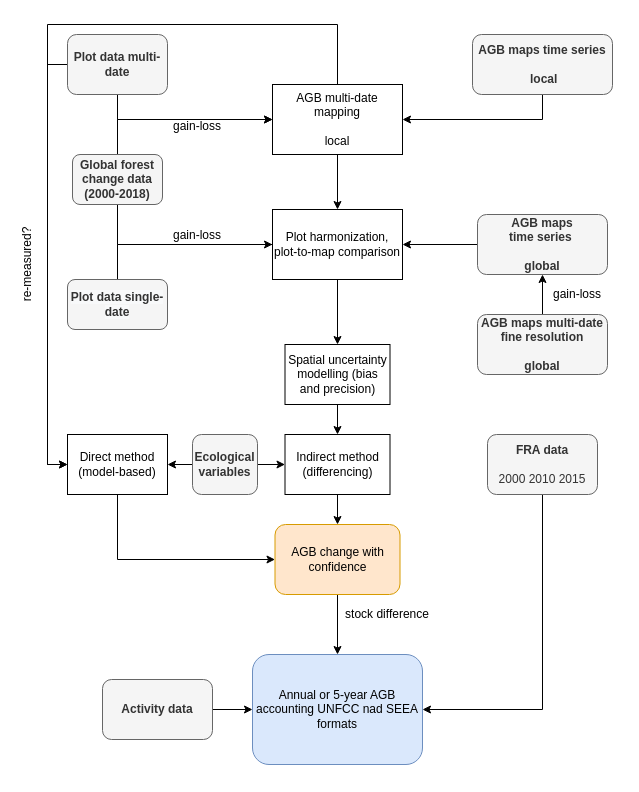
Before: AGBC_simple.drawio in arnanaraza/diagrams, a draw.io diagram. Source tidied: cells renumbered, new cells numbered last; positions are measured from the earlier drawing's top-left corner, leaving out a move shared by most shapes. Both pictures are drawn from the tidied source at 100%, with x=0, y=0 at pixel (-18, 24).
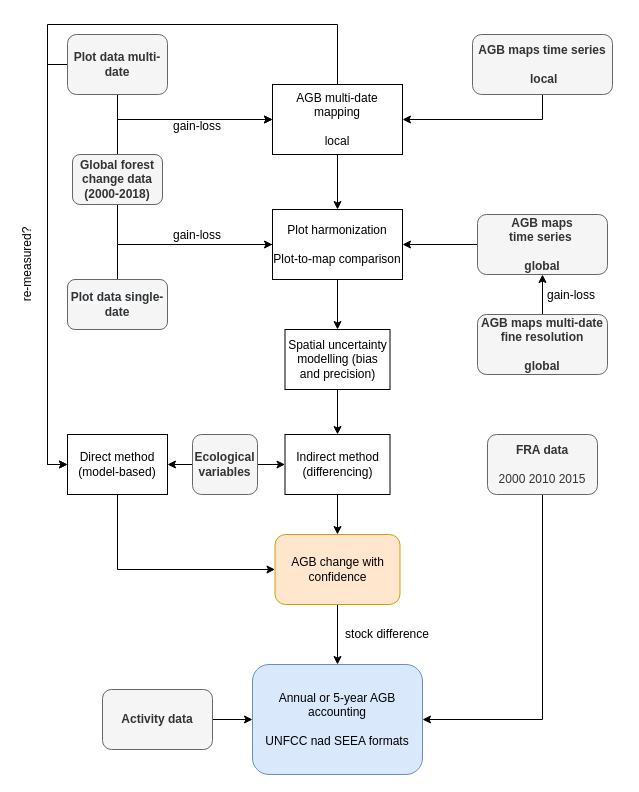
Above is the later version.

What changed in the source:
```diff
@@
-    <mxCell id="11" value="Annual or 5-year AGB accounting UNFCC nad SEEA formats" style="rounded=1;whiteSpace=wrap;html=1;fillColor=#dae8fc;strokeColor=#6c8ebf;" parent="1" vertex="1">
-      <mxGeometry x="270" y="630" width="170" height="110" as="geometry" />
+    <mxCell id="11" value="Annual or 5-year AGB accounting &lt;br&gt;&lt;br&gt;UNFCC nad SEEA formats" style="rounded=1;whiteSpace=wrap;html=1;fillColor=#dae8fc;strokeColor=#6c8ebf;" parent="1" vertex="1">
+      <mxGeometry x="270" y="640" width="170" height="110" as="geometry" />
     </mxCell>
@@
     <mxCell id="16" value="AGB change with confidence" style="rounded=1;whiteSpace=wrap;html=1;fillColor=#ffe6cc;strokeColor=#d79b00;" parent="1" vertex="1">
-      <mxGeometry x="292.5" y="500" width="125" height="70" as="geometry" />
+      <mxGeometry x="292.5" y="510" width="125" height="70" as="geometry" />
     </mxCell>
@@
-    <mxCell id="20" value="Plot harmonization, plot-to-map comparison" style="rounded=0;whiteSpace=wrap;html=1;" parent="1" vertex="1">
+    <mxCell id="20" value="Plot harmonization&lt;br&gt;&lt;br&gt;Plot-to-map comparison" style="rounded=0;whiteSpace=wrap;html=1;" parent="1" vertex="1">
       <mxGeometry x="290" y="185" width="130" height="70" as="geometry" />
     </mxCell>
@@
     <mxCell id="30" value="stock difference" style="text;html=1;strokeColor=none;fillColor=none;align=center;verticalAlign=middle;whiteSpace=wrap;rounded=0;" parent="1" vertex="1">
-      <mxGeometry x="360" y="580" width="90" height="20" as="geometry" />
+      <mxGeometry x="360" y="600" width="90" height="20" as="geometry" />
     </mxCell>
@@
     <mxCell id="34" value="gain-loss" style="text;html=1;strokeColor=none;fillColor=none;align=center;verticalAlign=middle;whiteSpace=wrap;rounded=0;" parent="1" vertex="1">
-      <mxGeometry x="550" y="260" width="90" height="20" as="geometry" />
+      <mxGeometry x="544" y="261" width="90" height="20" as="geometry" />
     </mxCell>
@@
     <mxCell id="39" value="Spatial uncertainty modelling (bias and precision)" style="rounded=0;whiteSpace=wrap;html=1;" parent="1" vertex="1">
-      <mxGeometry x="302.5" y="320" width="105" height="60" as="geometry" />
+      <mxGeometry x="302.5" y="305" width="105" height="60" as="geometry" />
     </mxCell>
@@
     <mxCell id="41" value="&lt;b&gt;Activity data&lt;/b&gt;" style="rounded=1;whiteSpace=wrap;html=1;fillColor=#f5f5f5;strokeColor=#666666;fontColor=#333333;" parent="1" vertex="1">
-      <mxGeometry x="120" y="655" width="110" height="60" as="geometry" />
+      <mxGeometry x="120" y="665" width="110" height="60" as="geometry" />
     </mxCell>
```
